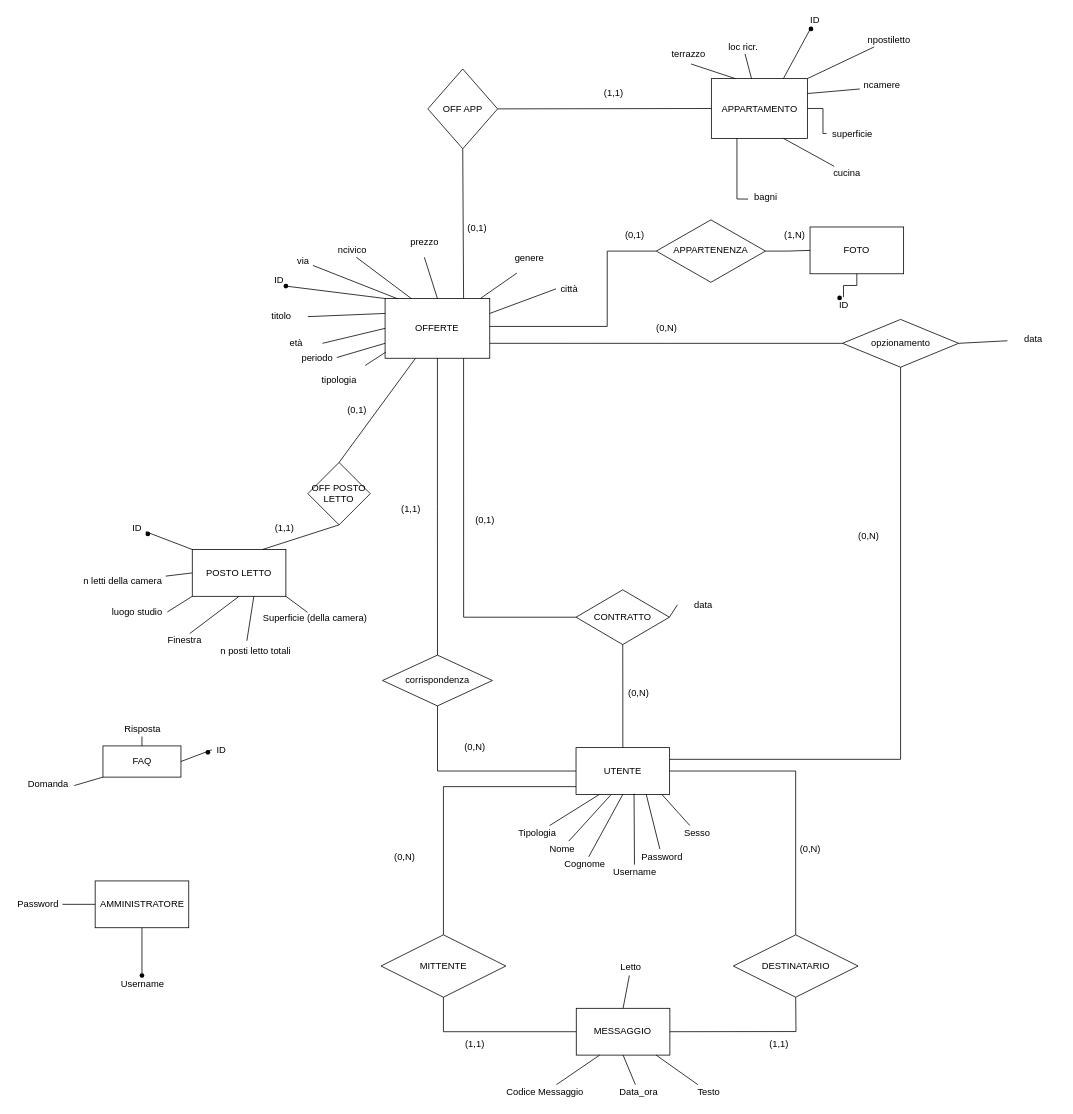
The draw.io diagram er.drawio in DavideNunin/TecnologieWeb, before the edit. Source tidied: cells renumbered, new cells numbered last; positions are measured from the earlier drawing's top-left corner, leaving out a move shared by most shapes. Both pictures are drawn from the tidied source at 78%, with x=0, y=0 at pixel (13, 13).
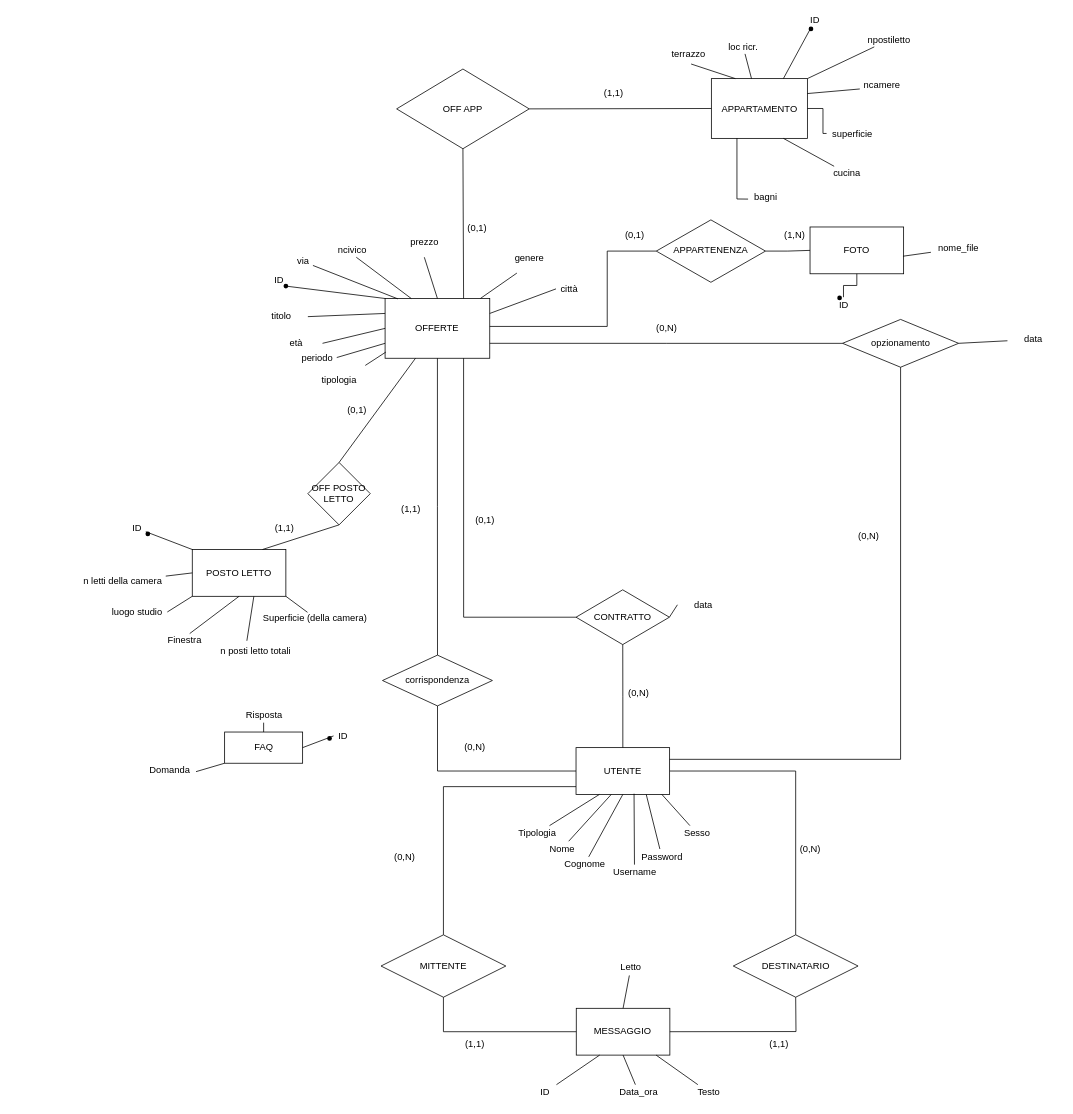
The same page after the edit.

The change refers to these unchanged cells:
```xml
<mxCell id="39" value="FOTO" style="whiteSpace=wrap;html=1;" parent="2" vertex="1">
  <mxGeometry x="679" y="61.5" width="120" height="60" as="geometry" />
</mxCell>
```

The edit, as a diff of the source:
```diff
@@
     <mxCell id="54" value="FAQ" style="whiteSpace=wrap;html=1;align=center;" parent="1" vertex="1">
-      <mxGeometry x="114.5" y="938.8" width="100" height="40" as="geometry" />
+      <mxGeometry x="270.5" y="921" width="100" height="40" as="geometry" />
     </mxCell>
@@
     <mxCell id="56" value="Domanda" style="text;html=1;align=center;verticalAlign=middle;points=[];strokeColor=none;fillColor=none;" parent="1" vertex="1">
-      <mxGeometry x="13.4" y="978.8" width="62" height="18" as="geometry" />
+      <mxGeometry x="169.4" y="961" width="62" height="18" as="geometry" />
     </mxCell>
@@
     <mxCell id="58" value="Risposta" style="text;html=1;align=center;verticalAlign=middle;points=[];strokeColor=none;fillColor=none;" parent="1" vertex="1">
-      <mxGeometry x="136.5" y="908.8" width="56" height="18" as="geometry" />
+      <mxGeometry x="292.5" y="891" width="56" height="18" as="geometry" />
     </mxCell>
@@
-    <mxCell id="60" value="AMMINISTRATORE" style="whiteSpace=wrap;html=1;" parent="1" vertex="1">
-      <mxGeometry x="104.5" y="1111.9" width="120" height="60" as="geometry" />
-    </mxCell>
-    <mxCell id="61" style="endArrow=none;html=1;rounded=0;entryX=0.5;entryY=1;entryDx=0;entryDy=0;" parent="1" edge="1" target="60">
-      <mxGeometry relative="1" as="geometry">
-        <mxPoint x="164.5" y="1230.9" as="sourcePoint" />
-      </mxGeometry>
-    </mxCell>
-    <mxCell id="62" value="Username" style="text;html=1;align=center;verticalAlign=middle;strokeColor=none;fillColor=none;" parent="1" vertex="1">
-      <mxGeometry x="132" y="1235.9" width="65" height="18" as="geometry" />
-    </mxCell>
-    <mxCell id="63" value="Password" style="text;html=1;align=center;verticalAlign=middle;points=[];strokeColor=none;fillColor=none;" parent="1" vertex="1">
-      <mxGeometry x="-0.5" y="1132.9" width="63" height="18" as="geometry" />
-    </mxCell>
-    <mxCell id="64" style="endArrow=none;html=1;rounded=0;entryX=0;entryY=0.5;entryDx=0;entryDy=0;" parent="1" edge="1" source="63" target="60">
-      <mxGeometry relative="1" as="geometry" />
-    </mxCell>
@@
     <mxCell id="68" value="ID" style="text;html=1;align=center;verticalAlign=middle;points=[];strokeColor=none;fillColor=none;" parent="1" vertex="1">
-      <mxGeometry x="254.5" y="935" width="22" height="18" as="geometry" />
+      <mxGeometry x="410.5" y="917.2" width="22" height="18" as="geometry" />
     </mxCell>
@@
     <mxCell id="89" value="OFF APP" style="rhombus;whiteSpace=wrap;html=1;rounded=0;" parent="1" vertex="1">
-      <mxGeometry x="531" y="71" width="89.5" height="102.2" as="geometry" />
+      <mxGeometry x="491" y="71" width="170" height="102.2" as="geometry" />
     </mxCell>
@@
     <mxCell id="109" style="shape=waypoint;sketch=0;fillStyle=solid;size=6;fillColor=none;perimeter=centerPerimeter;" parent="1" vertex="1">
-      <mxGeometry x="229" y="927" width="40" height="40" as="geometry" />
+      <mxGeometry x="385" y="909.2" width="40" height="40" as="geometry" />
     </mxCell>
-    <mxCell id="110" style="shape=waypoint;sketch=0;fillStyle=solid;size=6;fillColor=none;perimeter=centerPerimeter;" parent="1" vertex="1">
-      <mxGeometry x="144.5" y="1213.1" width="40" height="40" as="geometry" />
-    </mxCell>
@@
-    <mxCell id="122" value="Codice Messaggio" style="text;html=1;align=center;verticalAlign=middle;points=[];strokeColor=none;fillColor=none;" parent="1" vertex="1">
-      <mxGeometry x="626.3" y="1373.1" width="110" height="20" as="geometry" />
+    <mxCell id="122" value="ID" style="text;html=1;align=center;verticalAlign=middle;points=[];strokeColor=none;fillColor=none;" parent="1" vertex="1">
+      <mxGeometry x="666.3" y="1373.1" width="30" height="20" as="geometry" />
     </mxCell>
@@
+    <mxCell id="144" value="nome_file" style="text;html=1;align=center;verticalAlign=middle;points=[];strokeColor=none;fillColor=none;" parent="1" vertex="1">
+      <mxGeometry x="1176" y="291" width="70" height="20" as="geometry" />
+    </mxCell>
+    <mxCell id="145" style="endArrow=none;html=1;rounded=0;exitX=0.993;exitY=0.625;exitDx=0;exitDy=0;exitPerimeter=0;" parent="1" edge="1" source="39" target="144">
+      <mxGeometry relative="1" as="geometry" />
+    </mxCell>
```
